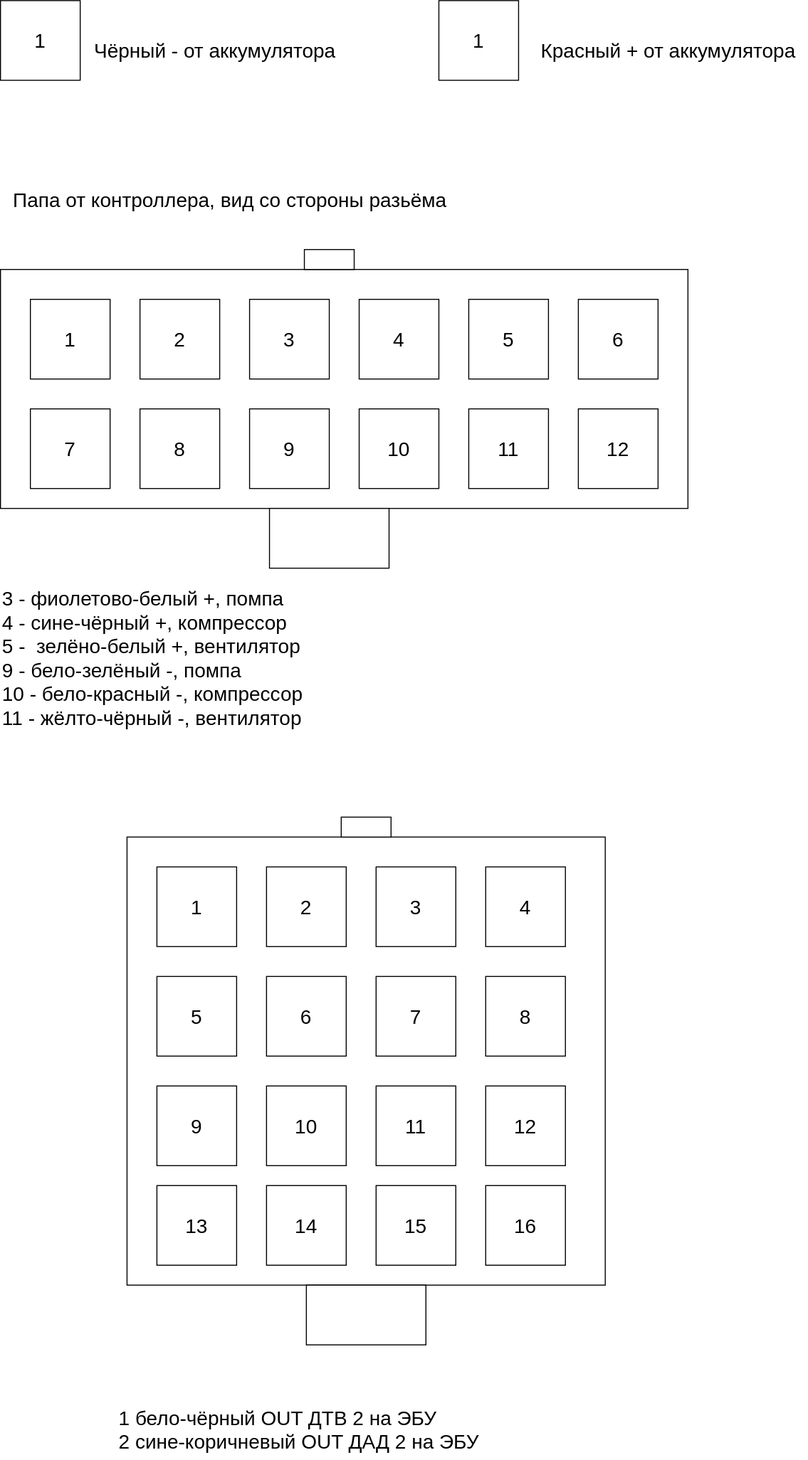
kak-tus/compressor keeps this draw.io diagram as connector_scheme.drawio.svg. Above is the earlier version. Source tidied: cells renumbered, new cells last; positions are measured from the earlier drawing's top-left corner, leaving out a move shared by most shapes.
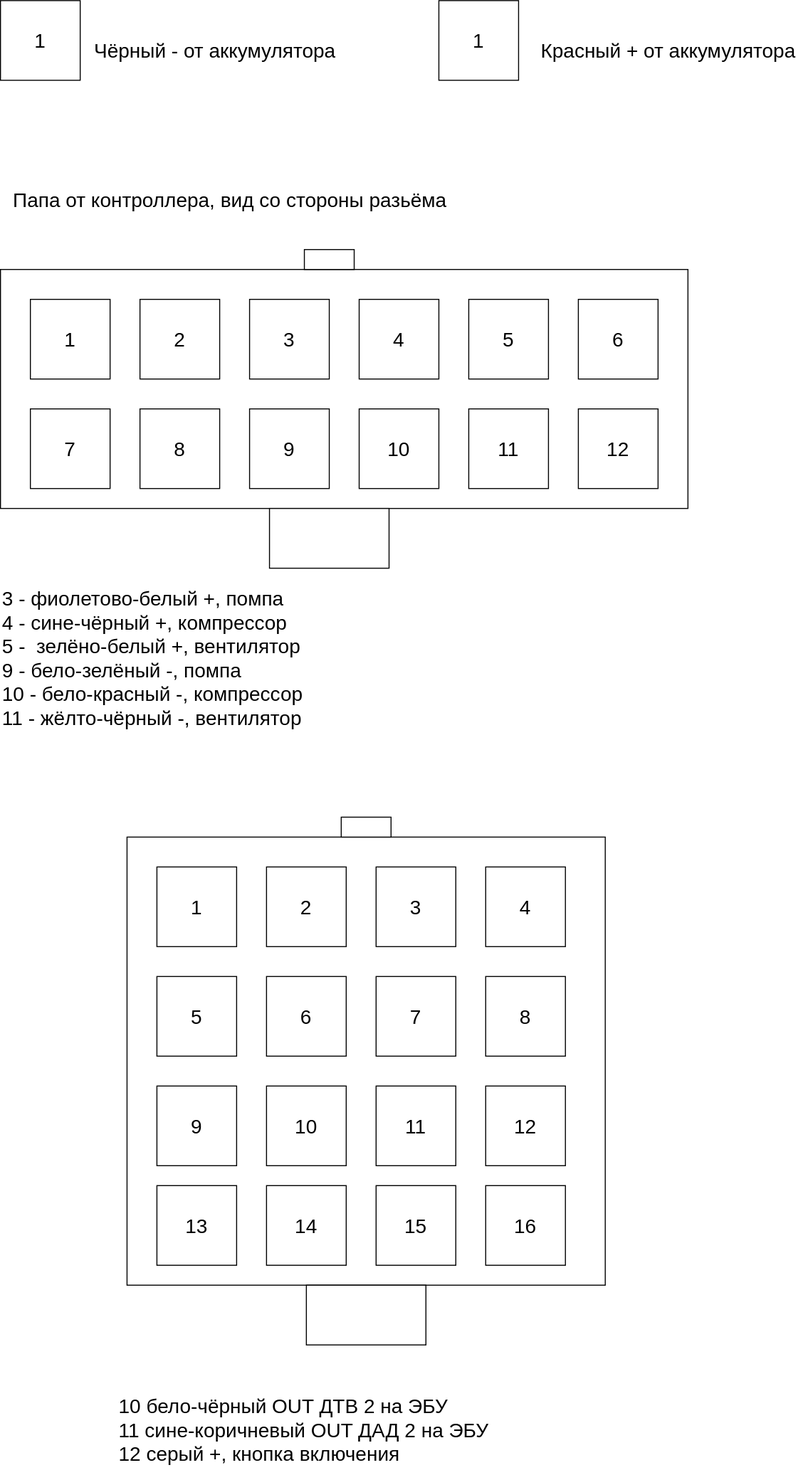
The same file after the commit.

Diff of the diagram source:
```diff
@@ -122,8 +122,8 @@
     <mxCell id="41" value="Чёрный - от аккумулятора" style="text;html=1;align=center;verticalAlign=middle;strokeColor=none;fillColor=none;fontSize=20;" parent="1" vertex="1">
       <mxGeometry x="80" y="30" width="270" height="40" as="geometry" />
     </mxCell>
-    <mxCell id="42" value="1 бело-чёрный OUT ДТВ 2 на ЭБУ&lt;br&gt;&lt;div style=&quot;&quot;&gt;&lt;span style=&quot;background-color: initial;&quot;&gt;2 сине-коричневый OUT ДАД 2 на ЭБУ&lt;/span&gt;&lt;/div&gt;" style="text;html=1;align=left;verticalAlign=middle;strokeColor=none;fillColor=none;fontSize=20;fontFamily=Helvetica;fontColor=default;" parent="1" vertex="1">
-      <mxGeometry x="117" y="1405" width="390" height="60" as="geometry" />
+    <mxCell id="42" value="10 бело-чёрный OUT ДТВ 2 на ЭБУ&lt;br&gt;&lt;div style=&quot;&quot;&gt;&lt;span style=&quot;background-color: initial;&quot;&gt;11 сине-коричневый OUT ДАД 2 на ЭБУ&lt;/span&gt;&lt;/div&gt;&lt;div style=&quot;&quot;&gt;&lt;span style=&quot;background-color: initial;&quot;&gt;12 серый +, кнопка включения&lt;/span&gt;&lt;/div&gt;" style="text;html=1;align=left;verticalAlign=middle;strokeColor=none;fillColor=none;fontSize=20;fontFamily=Helvetica;fontColor=default;" parent="1" vertex="1">
+      <mxGeometry x="117" y="1390" width="390" height="90" as="geometry" />
     </mxCell>
   </root>
 </mxGraphModel>
```
